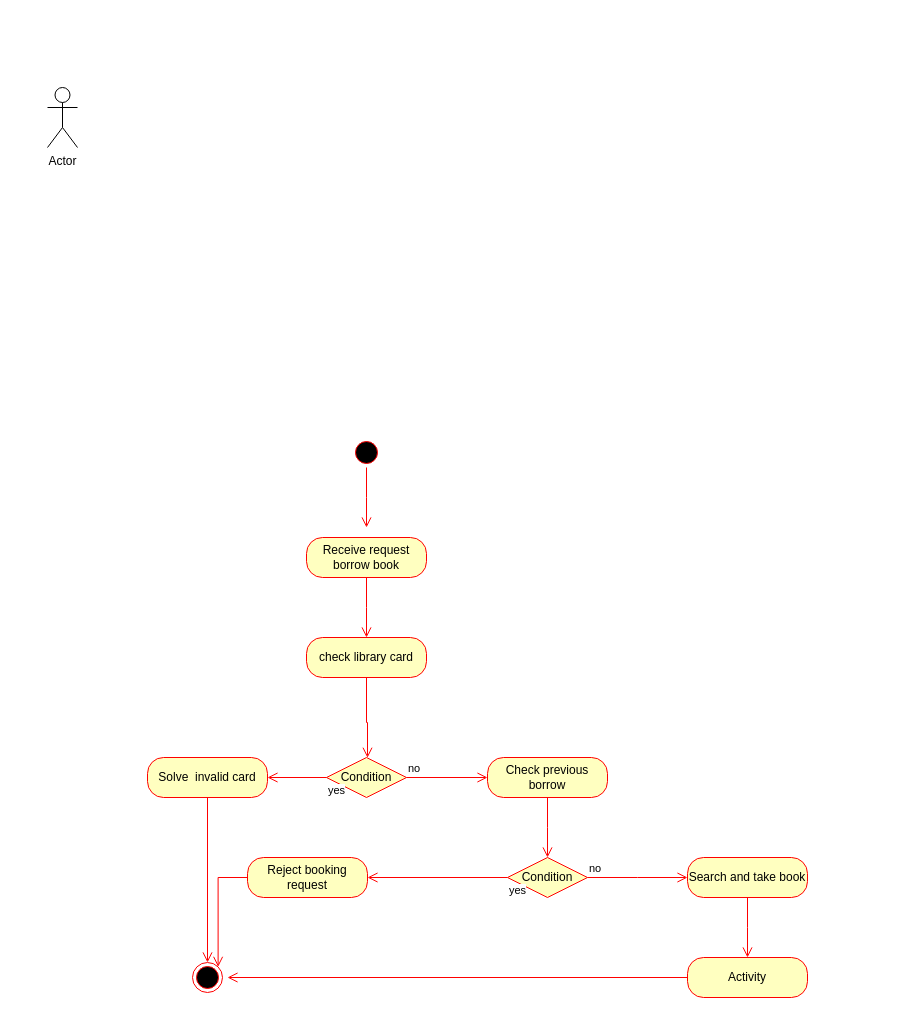
This is FirstDiagram.drawio from emilyuyenn/UyenProject1, a draw.io file, before an edit. Source tidied: cells renumbered, new cells numbered last; positions are measured from the earlier drawing's top-left corner, leaving out a move shared by most shapes. Both pictures are drawn from the tidied source at 100%, with x=0, y=0 at pixel (47, 87).
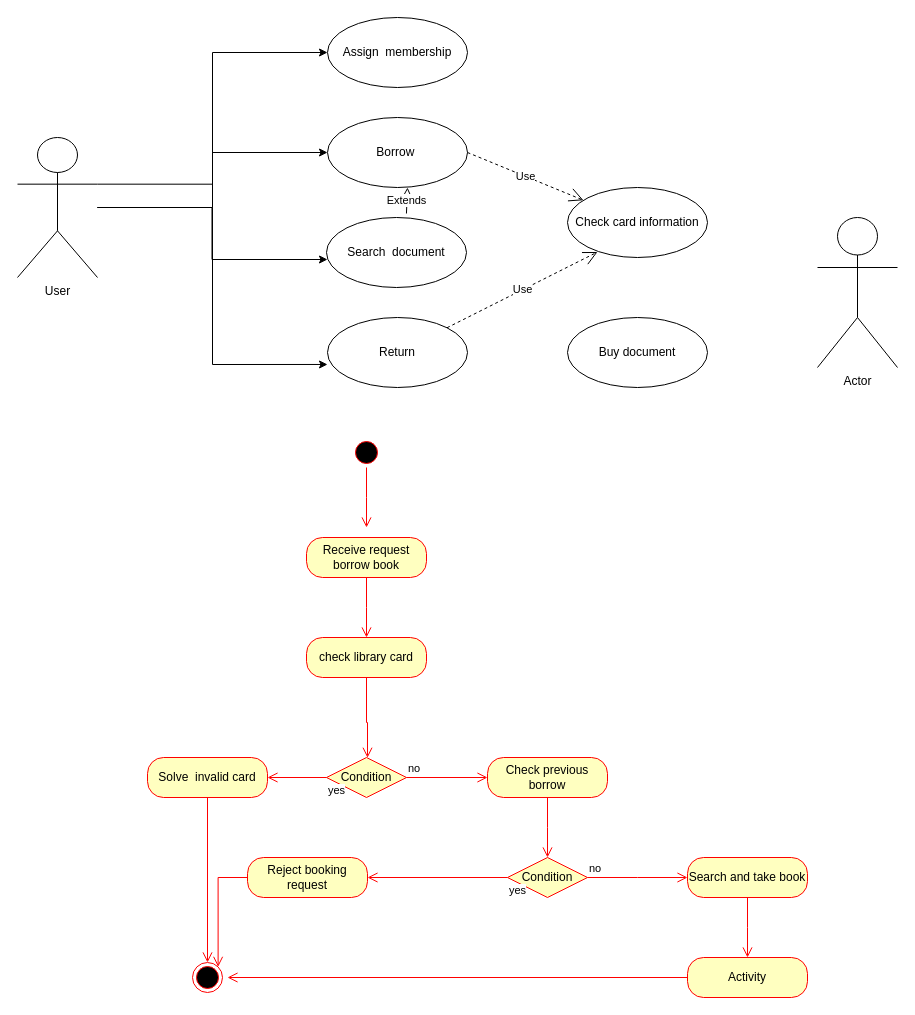
The same diagram, later.

What changed in the source:
```diff
@@
+    <mxCell id="26" style="edgeStyle=orthogonalEdgeStyle;rounded=0;jettySize=auto;html=1;exitX=1;exitY=0.3333333333333333;exitDx=0;exitDy=0;exitPerimeter=0;entryX=0;entryY=0.5;entryDx=0;entryDy=0;" parent="1" edge="1" source="2" target="31">
+      <mxGeometry relative="1" as="geometry" />
+    </mxCell>
+    <mxCell id="27" style="edgeStyle=orthogonalEdgeStyle;rounded=0;jettySize=auto;html=1;" parent="1" edge="1" source="2" target="30">
+      <mxGeometry relative="1" as="geometry" />
+    </mxCell>
+    <mxCell id="28" style="edgeStyle=orthogonalEdgeStyle;rounded=0;jettySize=auto;html=1;entryX=0.007;entryY=0.6;entryDx=0;entryDy=0;entryPerimeter=0;" parent="1" edge="1" source="2" target="32">
+      <mxGeometry relative="1" as="geometry" />
+    </mxCell>
+    <mxCell id="29" style="edgeStyle=orthogonalEdgeStyle;rounded=0;jettySize=auto;html=1;entryX=0;entryY=0.671;entryDx=0;entryDy=0;entryPerimeter=0;" parent="1" edge="1" source="2" target="33">
+      <mxGeometry relative="1" as="geometry" />
+    </mxCell>
-    <mxCell id="2" value="Actor" style="shape=umlActor;verticalLabelPosition=bottom;verticalAlign=top;html=1;outlineConnect=0;" parent="1" vertex="1">
-      <mxGeometry width="30" height="60" as="geometry" />
+    <mxCell id="2" value="User" style="shape=umlActor;verticalLabelPosition=bottom;verticalAlign=top;html=1;outlineConnect=0;" parent="1" vertex="1">
+      <mxGeometry x="-30" y="50" width="80" height="140" as="geometry" />
     </mxCell>
@@
+    <mxCell id="30" value="Borrow&amp;nbsp;" style="ellipse;whiteSpace=wrap;html=1;" parent="1" vertex="1">
+      <mxGeometry x="280" y="30" width="140" height="70" as="geometry" />
+    </mxCell>
+    <mxCell id="31" value="Assign &amp;nbsp;membership" style="ellipse;whiteSpace=wrap;html=1;" parent="1" vertex="1">
+      <mxGeometry x="280" y="-70" width="140" height="70" as="geometry" />
+    </mxCell>
+    <mxCell id="32" value="Search &amp;nbsp;document" style="ellipse;whiteSpace=wrap;html=1;" parent="1" vertex="1">
+      <mxGeometry x="279" y="130" width="140" height="70" as="geometry" />
+    </mxCell>
+    <mxCell id="33" value="Return" style="ellipse;whiteSpace=wrap;html=1;" parent="1" vertex="1">
+      <mxGeometry x="280" y="230" width="140" height="70" as="geometry" />
+    </mxCell>
+    <mxCell id="34" value="Check card information" style="ellipse;whiteSpace=wrap;html=1;" parent="1" vertex="1">
+      <mxGeometry x="520" y="100" width="140" height="70" as="geometry" />
+    </mxCell>
+    <mxCell id="35" value="Buy document" style="ellipse;whiteSpace=wrap;html=1;" parent="1" vertex="1">
+      <mxGeometry x="520" y="230" width="140" height="70" as="geometry" />
+    </mxCell>
+    <mxCell id="36" value="Actor" style="shape=umlActor;verticalLabelPosition=bottom;verticalAlign=top;html=1;" parent="1" vertex="1">
+      <mxGeometry x="770" y="130" width="80" height="150" as="geometry" />
+    </mxCell>
+    <mxCell id="37" value="Use" style="endArrow=open;endSize=12;dashed=1;html=1;rounded=0;" parent="1" edge="1" source="33">
+      <mxGeometry relative="1" as="geometry">
+        <mxPoint x="550" y="164.5" as="targetPoint" />
+      </mxGeometry>
+    </mxCell>
+    <mxCell id="38" value="Use" style="endArrow=open;endSize=12;dashed=1;html=1;rounded=0;exitX=1;exitY=0.5;exitDx=0;exitDy=0;" parent="1" edge="1" source="30" target="34">
+      <mxGeometry relative="1" as="geometry" />
+    </mxCell>
+    <mxCell id="39" value="Extends" style="endArrow=block;endSize=16;endFill=0;html=1;rounded=0;exitX=0.571;exitY=-0.057;exitDx=0;exitDy=0;exitPerimeter=0;" parent="1" edge="1" source="32">
+      <mxGeometry relative="1" as="geometry">
+        <mxPoint x="360" y="100" as="targetPoint" />
+      </mxGeometry>
+    </mxCell>
```
